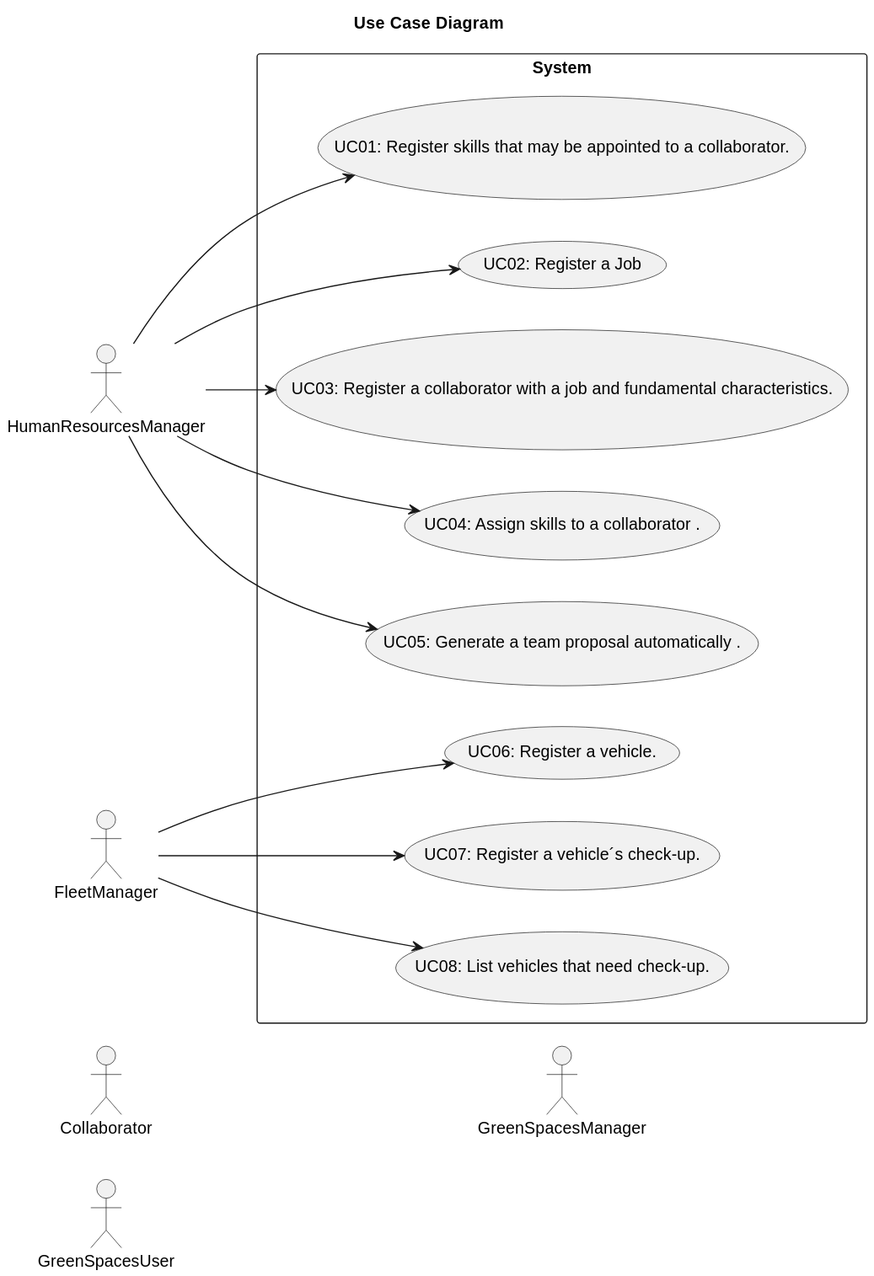
This is docs/sprintA/global-artifacts/01.requirements-engineering/svg/use-case-diagram.svg from Departamento-de-Engenharia-Informatica/lei-24-s2-1db-g022, a PlantUML export, as it was before one commit.
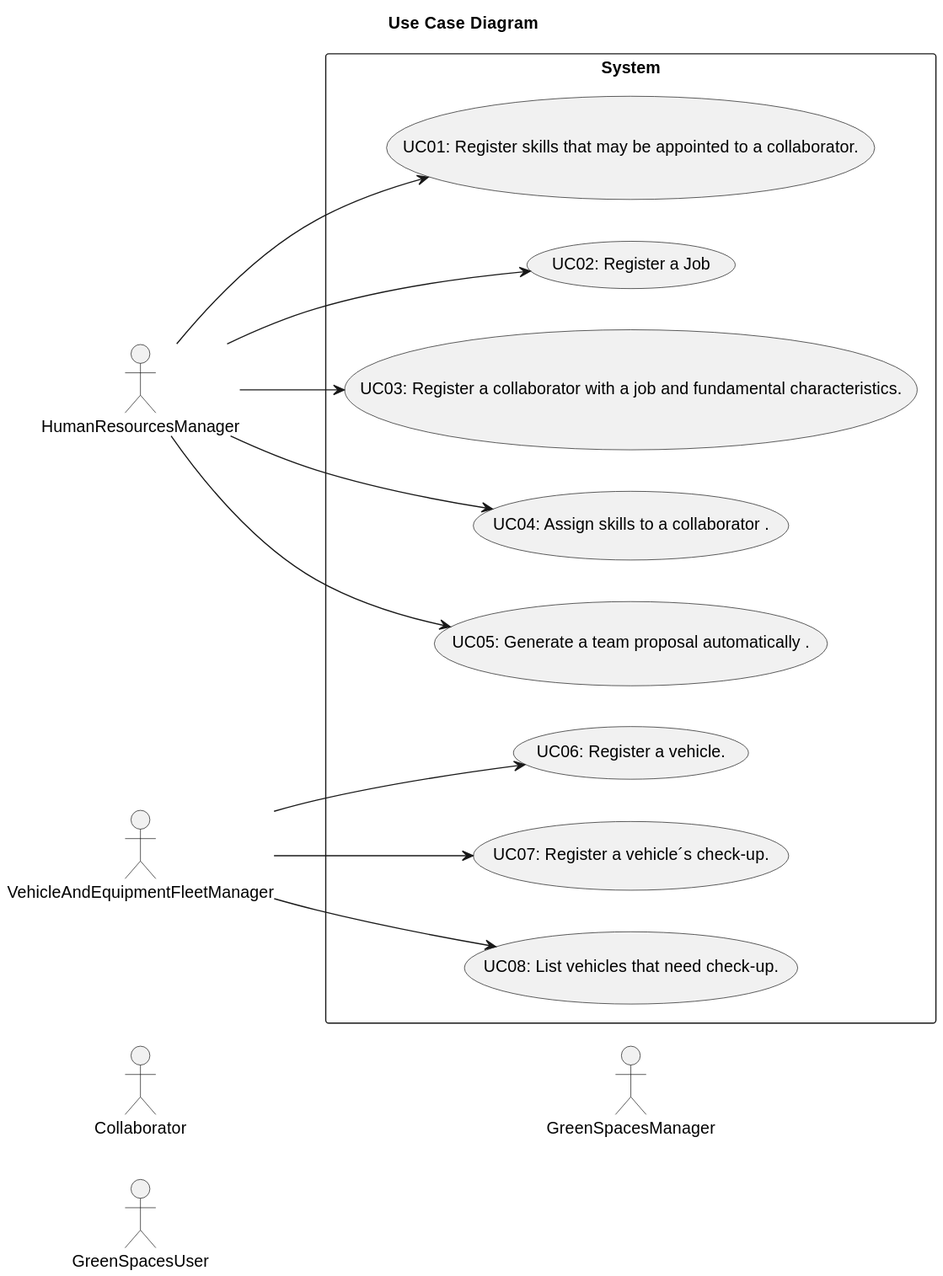
After the commit.

Commit message:
Use Case diagram and glossary update

The edit, as a diff of the source:
```diff
@@ -6,7 +6,7 @@
 left to right direction
 
     actor HumanResourcesManager
-    actor FleetManager
+    actor VehicleAndEquipmentFleetManager
     actor Collaborator
     actor GreenSpacesUser
     actor GreenSpacesManager
@@ -23,11 +23,11 @@
     usecase "UC05: Generate a team proposal automatically ." as UC05
     HumanResourcesManager --> UC05
     usecase "UC06: Register a vehicle." as UC06
-    FleetManager --> UC06
+    VehicleAndEquipmentFleetManager --> UC06
     usecase "UC07: Register a vehicle´s check-up." as UC07
-    FleetManager --> UC07
+    VehicleAndEquipmentFleetManager --> UC07
     usecase "UC08: List vehicles that need check-up." as UC08
-    FleetManager --> UC08
+    VehicleAndEquipmentFleetManager --> UC08
 
 
 }
```
